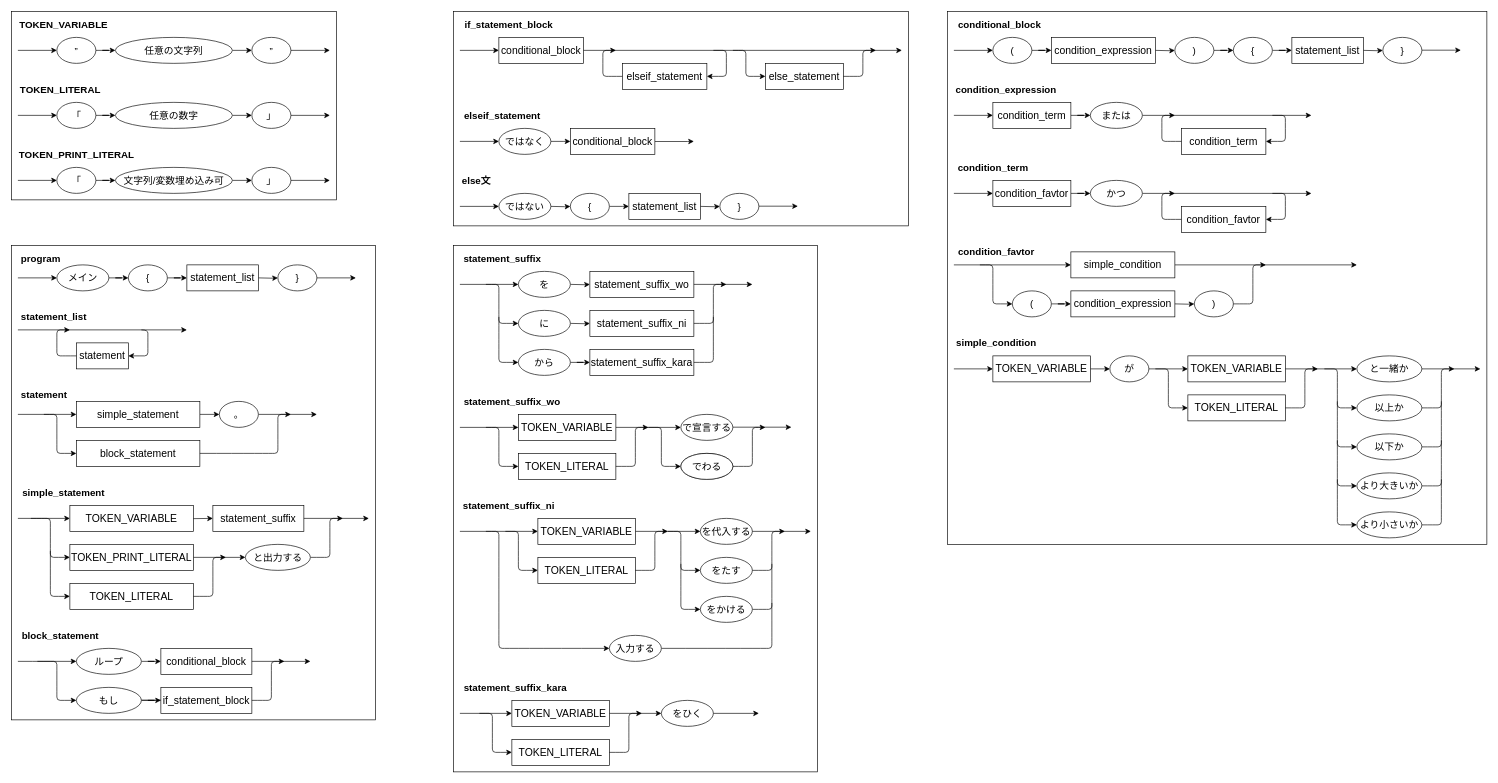
Before: docs/japanese_c_lang.drawio in NAoMi-1242/japanese_c_lang, a draw.io diagram. Source tidied: cells renumbered, new cells numbered last; positions are measured from the earlier drawing's top-left corner, leaving out a move shared by most shapes. Both pictures are drawn from the tidied source at 65%, with x=0, y=0 at pixel (11, 11).
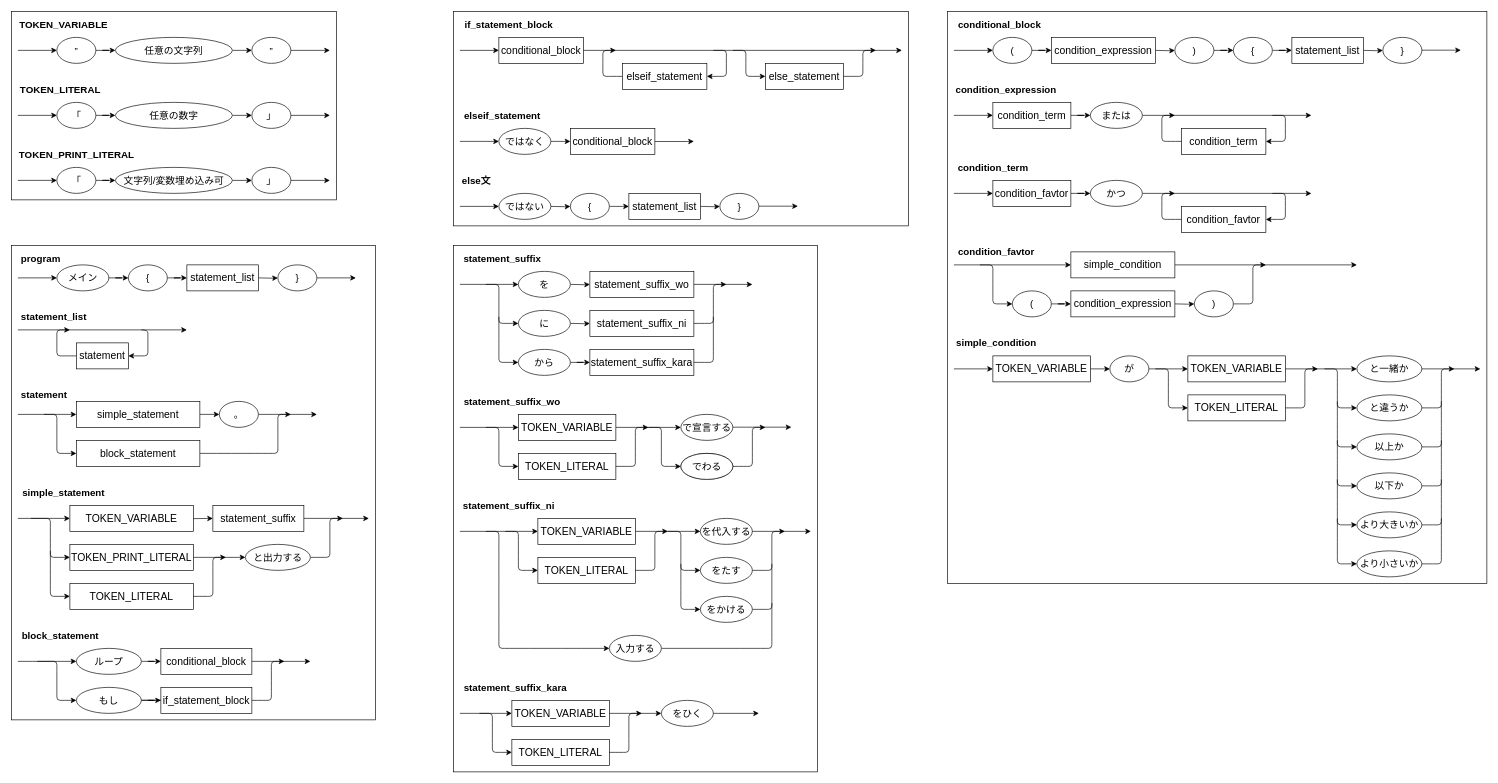
The same diagram, later.

Commit message (it also covers changes not shown here):
「！＝」に対応する「と違うか」の仕様を追加

The edit, as a diff of the source:
```diff
@@
     <mxCell id="4" style="rounded=0;whiteSpace=wrap;html=1;" parent="1" vertex="1">
-      <mxGeometry x="1440" width="830" height="820" as="geometry" />
+      <mxGeometry x="1440" width="830" height="880" as="geometry" />
     </mxCell>
@@
     <mxCell id="137" style="curved=1;endArrow=classic;html=1;rounded=0;entryX=0;entryY=0.5;entryDx=0;entryDy=0;" parent="1" edge="1">
       <mxGeometry relative="1" as="geometry">
-        <mxPoint x="2040" y="600" as="sourcePoint" />
-        <mxPoint x="2070" y="670" as="targetPoint" />
+        <mxPoint x="2040" y="660" as="sourcePoint" />
+        <mxPoint x="2070" y="730" as="targetPoint" />
         <Array as="points">
-          <mxPoint x="2040" y="630" />
-          <mxPoint x="2040" y="640" />
-          <mxPoint x="2040" y="660" />
-          <mxPoint x="2040" y="670" />
-          <mxPoint x="2050" y="670" />
+          <mxPoint x="2040" y="690" />
+          <mxPoint x="2040" y="700" />
+          <mxPoint x="2040" y="720" />
+          <mxPoint x="2040" y="730" />
+          <mxPoint x="2050" y="730" />
         </Array>
       </mxGeometry>
     </mxCell>
     <mxCell id="138" style="curved=1;endArrow=classic;html=1;rounded=0;entryX=0;entryY=0.5;entryDx=0;entryDy=0;" parent="1" edge="1">
       <mxGeometry relative="1" as="geometry">
-        <mxPoint x="2040" y="660" as="sourcePoint" />
-        <mxPoint x="2070" y="730" as="targetPoint" />
+        <mxPoint x="2040" y="720" as="sourcePoint" />
+        <mxPoint x="2070" y="790" as="targetPoint" />
         <Array as="points">
-          <mxPoint x="2040" y="690" />
-          <mxPoint x="2040" y="700" />
-          <mxPoint x="2040" y="720" />
-          <mxPoint x="2040" y="730" />
-          <mxPoint x="2050" y="730" />
+          <mxPoint x="2040" y="750" />
+          <mxPoint x="2040" y="760" />
+          <mxPoint x="2040" y="780" />
+          <mxPoint x="2040" y="790" />
+          <mxPoint x="2050" y="790" />
         </Array>
       </mxGeometry>
     </mxCell>
@@
     <mxCell id="140" style="curved=1;endArrow=none;html=1;rounded=0;endFill=0;exitX=1;exitY=0.5;exitDx=0;exitDy=0;" parent="1" edge="1">
       <mxGeometry relative="1" as="geometry">
-        <mxPoint x="2170" y="670" as="sourcePoint" />
-        <mxPoint x="2200" y="600" as="targetPoint" />
+        <mxPoint x="2170" y="730" as="sourcePoint" />
+        <mxPoint x="2200" y="660" as="targetPoint" />
         <Array as="points">
-          <mxPoint x="2190" y="670" />
-          <mxPoint x="2200" y="670" />
-          <mxPoint x="2200" y="660" />
+          <mxPoint x="2190" y="730" />
+          <mxPoint x="2200" y="730" />
+          <mxPoint x="2200" y="720" />
         </Array>
       </mxGeometry>
     </mxCell>
     <mxCell id="141" style="curved=1;endArrow=none;html=1;rounded=0;endFill=0;exitX=1;exitY=0.5;exitDx=0;exitDy=0;" parent="1" edge="1">
       <mxGeometry relative="1" as="geometry">
-        <mxPoint x="2170" y="730" as="sourcePoint" />
-        <mxPoint x="2200" y="660" as="targetPoint" />
+        <mxPoint x="2170" y="790" as="sourcePoint" />
+        <mxPoint x="2200" y="720" as="targetPoint" />
         <Array as="points">
-          <mxPoint x="2190" y="730" />
-          <mxPoint x="2200" y="730" />
-          <mxPoint x="2200" y="720" />
+          <mxPoint x="2190" y="790" />
+          <mxPoint x="2200" y="790" />
+          <mxPoint x="2200" y="780" />
         </Array>
       </mxGeometry>
     </mxCell>
@@
     <mxCell id="143" value="以上か" style="ellipse;whiteSpace=wrap;html=1;fontSize=15;" parent="1" vertex="1">
-      <mxGeometry x="2070" y="590" width="100" height="40" as="geometry" />
+      <mxGeometry x="2070" y="650" width="100" height="40" as="geometry" />
     </mxCell>
@@
     <mxCell id="148" value="以下か" style="ellipse;whiteSpace=wrap;html=1;fontSize=15;" parent="1" vertex="1">
-      <mxGeometry x="2070" y="650" width="100" height="40" as="geometry" />
+      <mxGeometry x="2070" y="710" width="100" height="40" as="geometry" />
     </mxCell>
     <mxCell id="149" value="より大きいか" style="ellipse;whiteSpace=wrap;html=1;fontSize=15;" parent="1" vertex="1">
-      <mxGeometry x="2070" y="710" width="100" height="40" as="geometry" />
+      <mxGeometry x="2070" y="770" width="100" height="40" as="geometry" />
     </mxCell>
     <mxCell id="150" value="より小さいか" style="ellipse;whiteSpace=wrap;html=1;fontSize=15;" parent="1" vertex="1">
-      <mxGeometry x="2070" y="770" width="100" height="40" as="geometry" />
+      <mxGeometry x="2070" y="830" width="100" height="40" as="geometry" />
     </mxCell>
     <mxCell id="151" style="curved=1;endArrow=none;html=1;rounded=0;endFill=0;exitX=1;exitY=0.5;exitDx=0;exitDy=0;" parent="1" edge="1">
       <mxGeometry relative="1" as="geometry">
-        <mxPoint x="2170" y="790" as="sourcePoint" />
-        <mxPoint x="2200" y="720" as="targetPoint" />
+        <mxPoint x="2170" y="850" as="sourcePoint" />
+        <mxPoint x="2200" y="780" as="targetPoint" />
         <Array as="points">
-          <mxPoint x="2190" y="790" />
-          <mxPoint x="2200" y="790" />
-          <mxPoint x="2200" y="780" />
+          <mxPoint x="2190" y="850" />
+          <mxPoint x="2200" y="850" />
+          <mxPoint x="2200" y="840" />
         </Array>
       </mxGeometry>
     </mxCell>
     <mxCell id="152" style="curved=1;endArrow=classic;html=1;rounded=0;entryX=0;entryY=0.5;entryDx=0;entryDy=0;" parent="1" edge="1">
       <mxGeometry relative="1" as="geometry">
-        <mxPoint x="2040" y="720" as="sourcePoint" />
-        <mxPoint x="2070" y="790" as="targetPoint" />
+        <mxPoint x="2040" y="780" as="sourcePoint" />
+        <mxPoint x="2070" y="850" as="targetPoint" />
         <Array as="points">
-          <mxPoint x="2040" y="750" />
-          <mxPoint x="2040" y="760" />
-          <mxPoint x="2040" y="780" />
-          <mxPoint x="2040" y="790" />
-          <mxPoint x="2050" y="790" />
+          <mxPoint x="2040" y="810" />
+          <mxPoint x="2040" y="820" />
+          <mxPoint x="2040" y="840" />
+          <mxPoint x="2040" y="850" />
+          <mxPoint x="2050" y="850" />
         </Array>
       </mxGeometry>
     </mxCell>
@@
+    <mxCell id="231" value="と違うか" style="ellipse;whiteSpace=wrap;html=1;fontSize=15;" parent="1" vertex="1">
+      <mxGeometry x="2070" y="590" width="100" height="40" as="geometry" />
+    </mxCell>
+    <mxCell id="232" style="curved=1;endArrow=classic;html=1;rounded=0;entryX=0;entryY=0.5;entryDx=0;entryDy=0;" parent="1" edge="1">
+      <mxGeometry relative="1" as="geometry">
+        <mxPoint x="2040" y="600" as="sourcePoint" />
+        <mxPoint x="2070" y="670" as="targetPoint" />
+        <Array as="points">
+          <mxPoint x="2040" y="630" />
+          <mxPoint x="2040" y="640" />
+          <mxPoint x="2040" y="660" />
+          <mxPoint x="2040" y="670" />
+          <mxPoint x="2050" y="670" />
+        </Array>
+      </mxGeometry>
+    </mxCell>
+    <mxCell id="233" style="curved=1;endArrow=none;html=1;rounded=0;endFill=0;exitX=1;exitY=0.5;exitDx=0;exitDy=0;" parent="1" edge="1">
+      <mxGeometry relative="1" as="geometry">
+        <mxPoint x="2170" y="670" as="sourcePoint" />
+        <mxPoint x="2200" y="600" as="targetPoint" />
+        <Array as="points">
+          <mxPoint x="2190" y="670" />
+          <mxPoint x="2200" y="670" />
+          <mxPoint x="2200" y="660" />
+        </Array>
+      </mxGeometry>
+    </mxCell>
```
